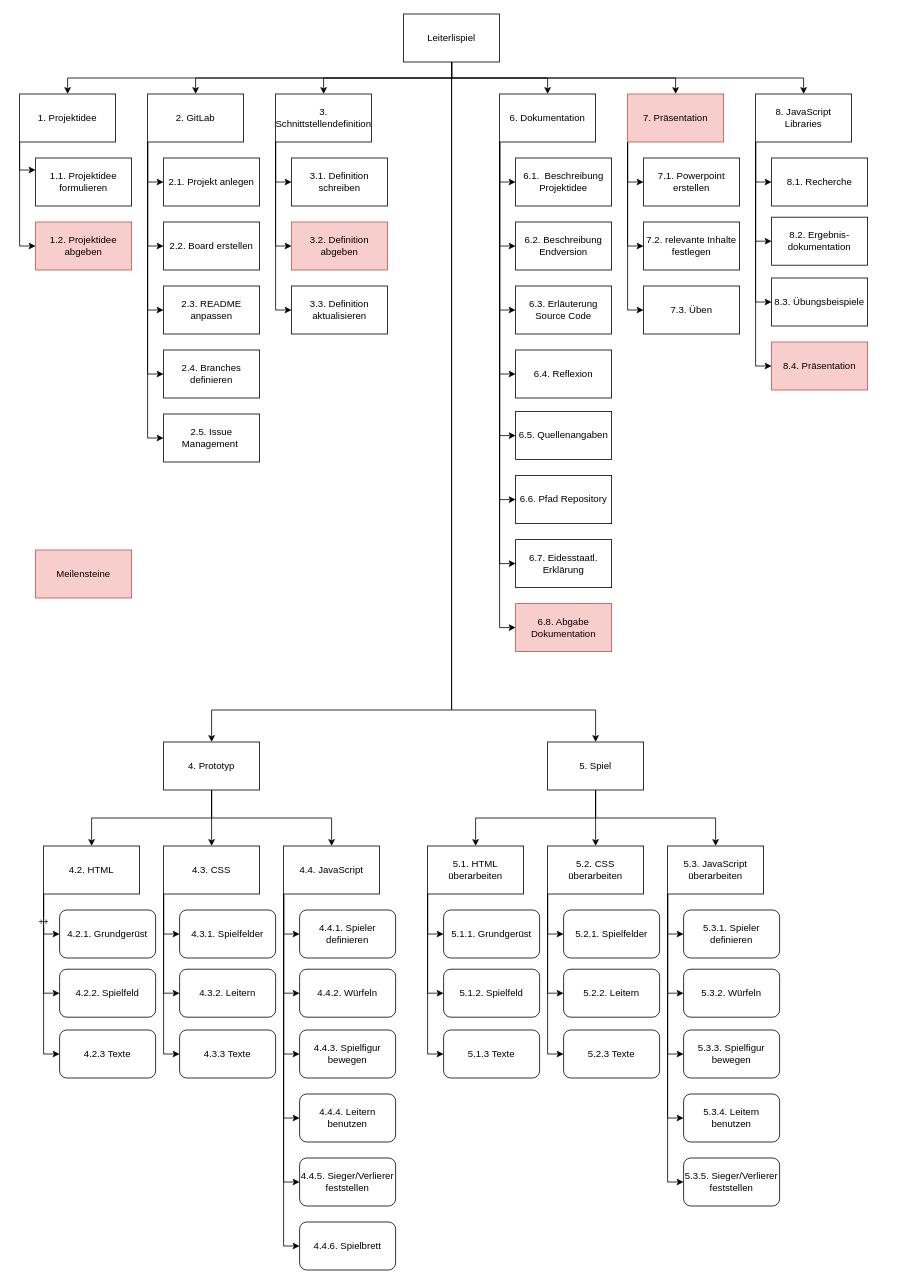
anna-staub/leiterlispiel keeps this draw.io diagram as documents/Projektmanagement/PSP.drawio. Above is the earlier version. Source tidied: cells renumbered, new cells numbered last; positions are measured from the earlier drawing's top-left corner, leaving out a move shared by most shapes. Both pictures are drawn from the tidied source at 80%, with x=0, y=0 at pixel (19, 14).
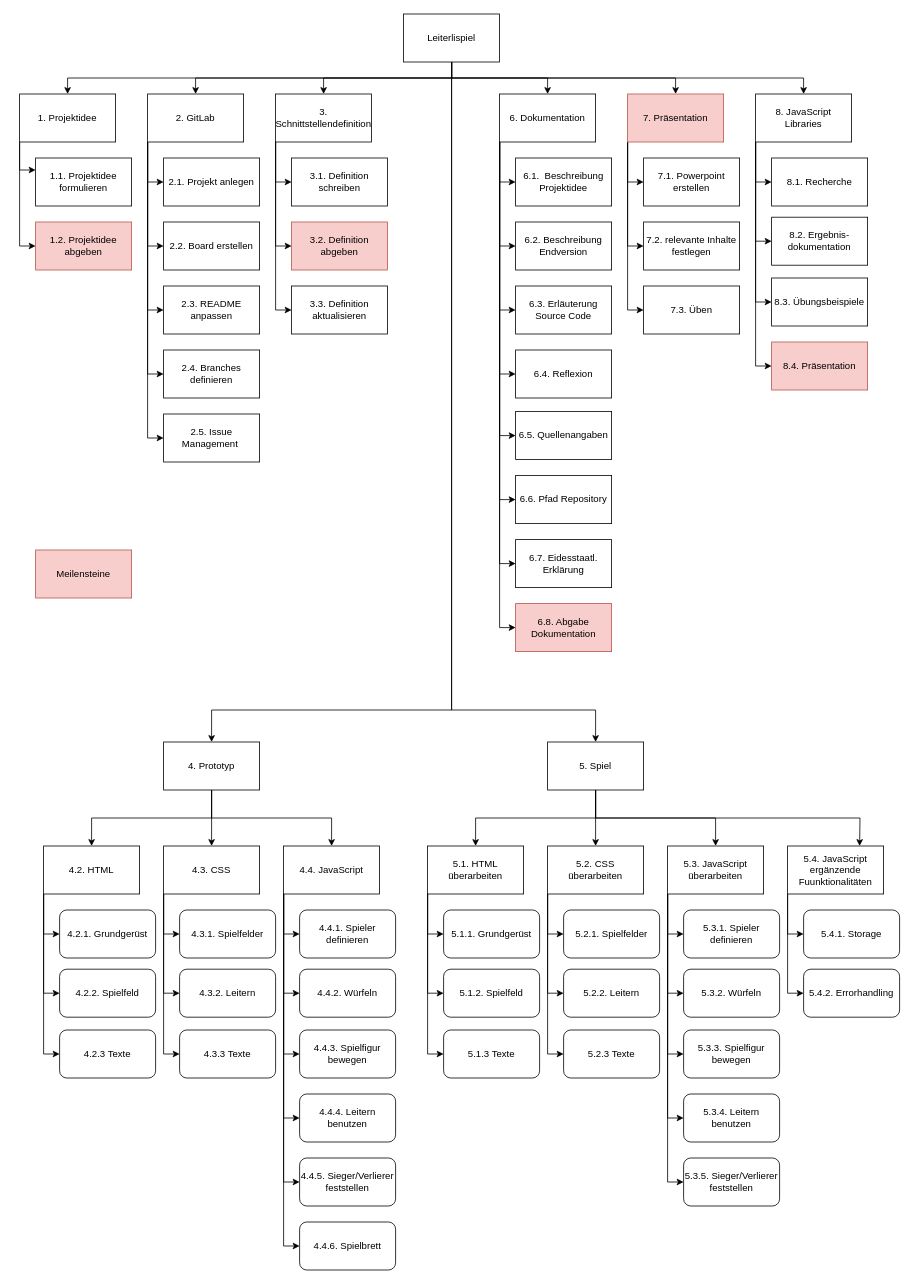
The same page after the edit.

The change refers to these unchanged cells:
```xml
<mxCell id="61" value="4.2. HTML" style="rounded=0;whiteSpace=wrap;html=1;" parent="1" vertex="1">
  <mxGeometry x="30" y="1040" width="120" height="60" as="geometry" />
</mxCell>
<mxCell id="73" value="4.2.1. Grundgerüst" style="rounded=1;whiteSpace=wrap;html=1;" parent="1" vertex="1">
  <mxGeometry x="50" y="1120" width="120" height="60" as="geometry" />
</mxCell>
<mxCell id="82" value="5. Spiel" style="rounded=0;whiteSpace=wrap;html=1;" parent="1" vertex="1">
  <mxGeometry x="660" y="910" width="120" height="60" as="geometry" />
</mxCell>
```

What changed in the source:
```diff
@@
-    <mxCell id="58" value="++" style="edgeStyle=orthogonalEdgeStyle;rounded=0;jettySize=auto;html=1;exitX=0;exitY=1;exitDx=0;exitDy=0;entryX=0;entryY=0.5;entryDx=0;entryDy=0;" parent="1" edge="1" source="61" target="73">
-      <mxGeometry relative="1" as="geometry" />
-    </mxCell>
@@
+    <mxCell id="58" style="edgeStyle=orthogonalEdgeStyle;rounded=0;jettySize=auto;html=1;exitX=0;exitY=1;exitDx=0;exitDy=0;entryX=0;entryY=0.5;entryDx=0;entryDy=0;" parent="1" edge="1" source="61" target="73">
+      <mxGeometry relative="1" as="geometry" />
+    </mxCell>
@@
+    <mxCell id="128" style="edgeStyle=orthogonalEdgeStyle;rounded=0;jettySize=auto;html=1;exitX=0.5;exitY=1;exitDx=0;exitDy=0;" parent="1" edge="1" source="82">
+      <mxGeometry relative="1" as="geometry">
+        <mxPoint x="1050" y="1040" as="targetPoint" />
+      </mxGeometry>
+    </mxCell>
@@
+    <mxCell id="129" style="edgeStyle=orthogonalEdgeStyle;rounded=0;jettySize=auto;html=1;exitX=0;exitY=1;exitDx=0;exitDy=0;entryX=0;entryY=0.5;entryDx=0;entryDy=0;" parent="1" edge="1" source="131" target="132">
+      <mxGeometry relative="1" as="geometry" />
+    </mxCell>
+    <mxCell id="130" style="edgeStyle=orthogonalEdgeStyle;rounded=0;jettySize=auto;html=1;exitX=0;exitY=1;exitDx=0;exitDy=0;entryX=0;entryY=0.5;entryDx=0;entryDy=0;" parent="1" edge="1" source="131" target="133">
+      <mxGeometry relative="1" as="geometry" />
+    </mxCell>
+    <mxCell id="131" value="5.4. JavaScript ergänzende Fuunktionalitäten" style="rounded=0;whiteSpace=wrap;html=1;" parent="1" vertex="1">
+      <mxGeometry x="960" y="1040" width="120" height="60" as="geometry" />
+    </mxCell>
+    <mxCell id="132" value="5.4.1. Storage" style="rounded=1;whiteSpace=wrap;html=1;" parent="1" vertex="1">
+      <mxGeometry x="980" y="1120" width="120" height="60" as="geometry" />
+    </mxCell>
+    <mxCell id="133" value="5.4.2. Errorhandling" style="whiteSpace=wrap;html=1;rounded=1;" parent="1" vertex="1">
+      <mxGeometry x="980" y="1194" width="120" height="60" as="geometry" />
+    </mxCell>
```
